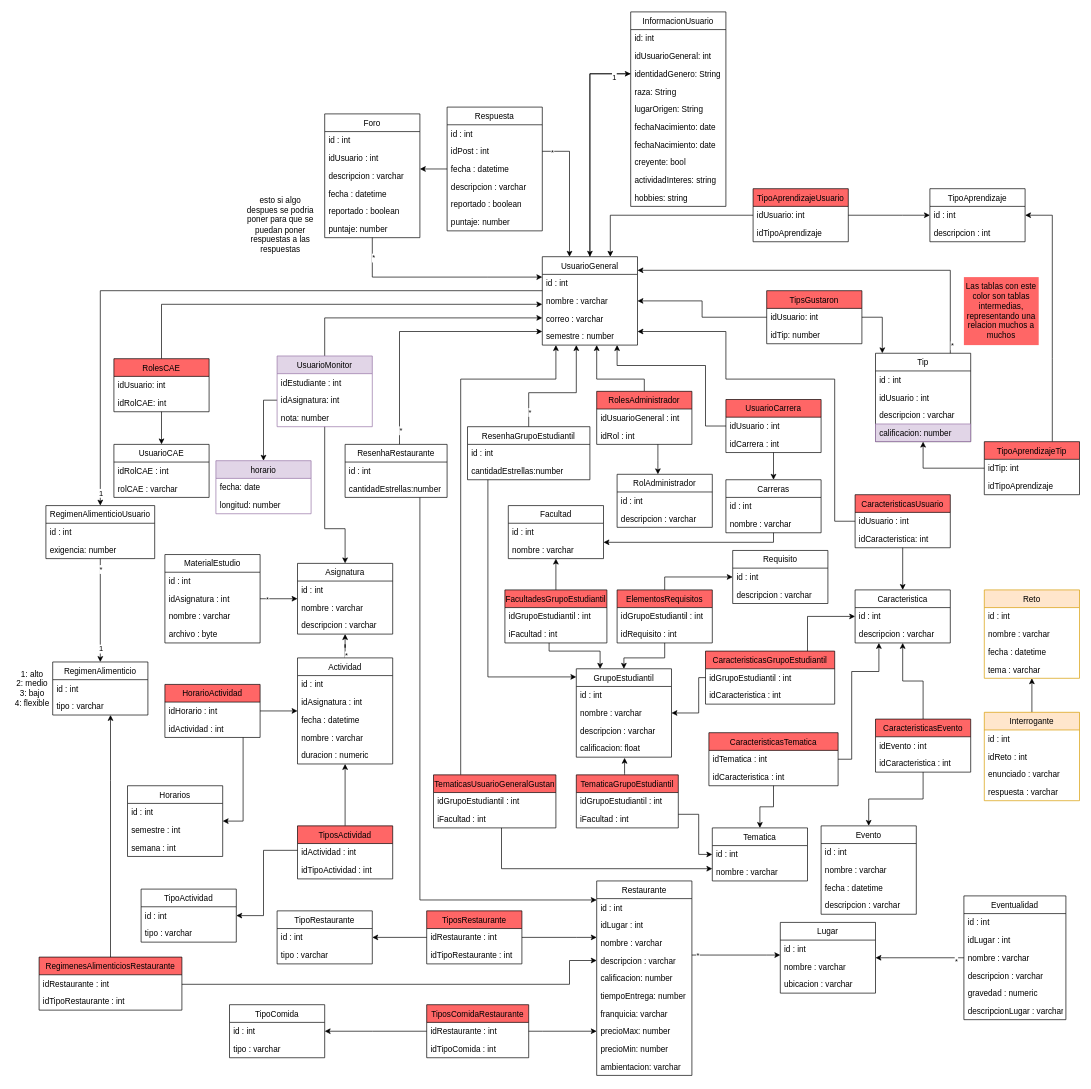
Above: diagramas/persistencia.drawio in Campus-Connect-PUJ/Campus-Connect-Back (draw.io), before the change. Source tidied: cells renumbered, new cells numbered last; positions are measured from the earlier drawing's top-left corner, leaving out a move shared by most shapes. Both pictures are drawn from the tidied source at 68%, with x=0, y=0 at pixel (12, 12).
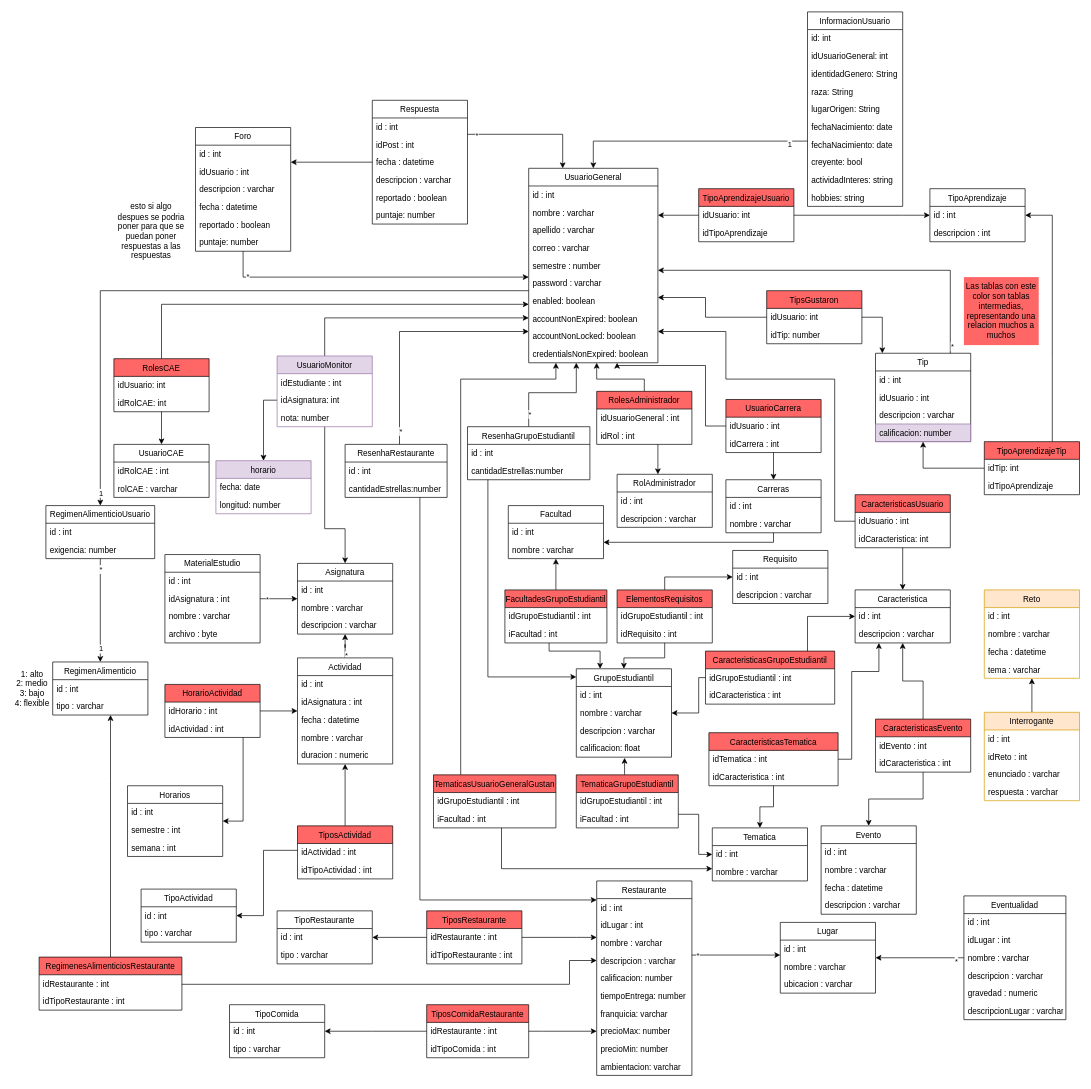
The same page after the edit.

The change refers to these unchanged cells:
```xml
<mxCell id="56" value="idPost : int" style="text;strokeColor=none;fillColor=none;align=left;verticalAlign=top;spacingLeft=4;spacingRight=4;overflow=hidden;points=[[0,0.5],[1,0.5]];portConstraint=eastwest;" parent="54" vertex="1">
  <mxGeometry y="52" width="140" height="26" as="geometry" />
</mxCell>
<mxCell id="172" value="identidadGenero: String" style="text;strokeColor=none;fillColor=none;align=left;verticalAlign=top;spacingLeft=4;spacingRight=4;overflow=hidden;points=[[0,0.5],[1,0.5]];portConstraint=eastwest;" parent="169" vertex="1">
  <mxGeometry y="78" width="140" height="26" as="geometry" />
</mxCell>
<mxCell id="188" value="idUsuario: int" style="text;strokeColor=none;fillColor=none;align=left;verticalAlign=top;spacingLeft=4;spacingRight=4;overflow=hidden;points=[[0,0.5],[1,0.5]];portConstraint=eastwest;" parent="187" vertex="1">
  <mxGeometry y="26" width="140" height="26" as="geometry" />
</mxCell>
<mxCell id="252" value="idUsuario: int" style="text;strokeColor=none;fillColor=none;align=left;verticalAlign=top;spacingLeft=4;spacingRight=4;overflow=hidden;points=[[0,0.5],[1,0.5]];portConstraint=eastwest;" parent="251" vertex="1">
  <mxGeometry y="26" width="140" height="26" as="geometry" />
</mxCell>
```

Change to the diagram source:
```diff
@@
-    <mxCell id="2" style="edgeStyle=orthogonalEdgeStyle;rounded=0;jettySize=auto;html=1;entryX=0;entryY=0.5;entryDx=0;entryDy=0;" parent="1" edge="1" source="3" target="172">
-      <mxGeometry relative="1" as="geometry" />
-    </mxCell>
     <mxCell id="3" value="UsuarioGeneral" style="swimlane;fontStyle=0;horizontal=1;startSize=26;fillColor=none;" parent="1" vertex="1">
-      <mxGeometry x="780" y="360" width="140" height="130" as="geometry" />
+      <mxGeometry x="760" y="230" width="190" height="286" as="geometry" />
     </mxCell>
     <mxCell id="4" value="id : int" style="text;strokeColor=none;fillColor=none;align=left;verticalAlign=top;spacingLeft=4;spacingRight=4;overflow=hidden;" parent="3" vertex="1">
-      <mxGeometry y="26" width="140" height="26" as="geometry" />
+      <mxGeometry y="26" width="190" height="26" as="geometry" />
     </mxCell>
     <mxCell id="5" value="nombre : varchar" style="text;strokeColor=none;fillColor=none;align=left;verticalAlign=top;spacingLeft=4;spacingRight=4;overflow=hidden;" parent="3" vertex="1">
-      <mxGeometry y="52" width="140" height="26" as="geometry" />
+      <mxGeometry y="52" width="190" height="26" as="geometry" />
     </mxCell>
+    <mxCell id="282" value="apellido : varchar" style="text;strokeColor=none;fillColor=none;align=left;verticalAlign=top;spacingLeft=4;spacingRight=4;overflow=hidden;" parent="3" vertex="1">
+      <mxGeometry y="78" width="190" height="26" as="geometry" />
+    </mxCell>
     <mxCell id="6" value="correo : varchar" style="text;strokeColor=none;fillColor=none;align=left;verticalAlign=top;spacingLeft=4;spacingRight=4;overflow=hidden;" parent="3" vertex="1">
-      <mxGeometry y="78" width="140" height="26" as="geometry" />
+      <mxGeometry y="104" width="190" height="26" as="geometry" />
     </mxCell>
     <mxCell id="7" value="semestre : number" style="text;strokeColor=none;fillColor=none;align=left;verticalAlign=top;spacingLeft=4;spacingRight=4;overflow=hidden;" parent="3" vertex="1">
-      <mxGeometry y="104" width="140" height="26" as="geometry" />
+      <mxGeometry y="130" width="190" height="26" as="geometry" />
     </mxCell>
+    <mxCell id="283" value="password : varchar" style="text;strokeColor=none;fillColor=none;align=left;verticalAlign=top;spacingLeft=4;spacingRight=4;overflow=hidden;" parent="3" vertex="1">
+      <mxGeometry y="156" width="190" height="26" as="geometry" />
+    </mxCell>
+    <mxCell id="284" value="enabled: boolean" style="text;strokeColor=none;fillColor=none;align=left;verticalAlign=top;spacingLeft=4;spacingRight=4;overflow=hidden;" parent="3" vertex="1">
+      <mxGeometry y="182" width="190" height="26" as="geometry" />
+    </mxCell>
+    <mxCell id="285" value="accountNonExpired: boolean" style="text;strokeColor=none;fillColor=none;align=left;verticalAlign=top;spacingLeft=4;spacingRight=4;overflow=hidden;" parent="3" vertex="1">
+      <mxGeometry y="208" width="190" height="26" as="geometry" />
+    </mxCell>
+    <mxCell id="286" value="accountNonLocked: boolean" style="text;strokeColor=none;fillColor=none;align=left;verticalAlign=top;spacingLeft=4;spacingRight=4;overflow=hidden;" parent="3" vertex="1">
+      <mxGeometry y="234" width="190" height="26" as="geometry" />
+    </mxCell>
+    <mxCell id="287" value="credentialsNonExpired: boolean" style="text;strokeColor=none;fillColor=none;align=left;verticalAlign=top;spacingLeft=4;spacingRight=4;overflow=hidden;" parent="3" vertex="1">
+      <mxGeometry y="260" width="190" height="26" as="geometry" />
+    </mxCell>
@@
     <mxCell id="46" value="Foro" style="swimlane;fontStyle=0;horizontal=1;startSize=26;fillColor=none;" parent="1" vertex="1">
-      <mxGeometry x="460" y="150" width="140" height="182" as="geometry" />
+      <mxGeometry x="270" y="170" width="140" height="182" as="geometry" />
     </mxCell>
@@
     <mxCell id="54" value="Respuesta" style="swimlane;fontStyle=0;horizontal=1;startSize=26;fillColor=none;" parent="1" vertex="1">
-      <mxGeometry x="640" y="140" width="140" height="182" as="geometry" />
+      <mxGeometry x="530" y="130" width="140" height="182" as="geometry" />
     </mxCell>
@@
     <mxCell id="169" value="InformacionUsuario" style="swimlane;fontStyle=0;horizontal=1;startSize=26;fillColor=none;" parent="1" vertex="1">
-      <mxGeometry x="910" width="140" height="286" as="geometry" />
+      <mxGeometry x="1170" width="140" height="286" as="geometry" />
     </mxCell>
@@
-    <mxCell id="180" style="edgeStyle=orthogonalEdgeStyle;rounded=0;jettySize=auto;html=1;" parent="1" edge="1" source="172" target="3">
-      <mxGeometry relative="1" as="geometry" />
+    <mxCell id="180" style="edgeStyle=orthogonalEdgeStyle;rounded=0;jettySize=auto;html=1;" parent="1" edge="1" source="169" target="3">
+      <mxGeometry relative="1" as="geometry">
+        <Array as="points">
+          <mxPoint x="855" y="190" />
+        </Array>
+      </mxGeometry>
     </mxCell>
@@
     <mxCell id="187" value="TipoAprendizajeUsuario" style="swimlane;fontStyle=0;horizontal=1;startSize=26;fillColor=#FF6666;" parent="1" vertex="1">
-      <mxGeometry x="1090" y="260" width="140" height="78" as="geometry" />
+      <mxGeometry x="1010" y="260" width="140" height="78" as="geometry" />
     </mxCell>
@@
     <mxCell id="190" style="edgeStyle=orthogonalEdgeStyle;rounded=0;jettySize=auto;html=1;" parent="1" edge="1" source="188" target="3">
       <mxGeometry relative="1" as="geometry">
         <Array as="points">
-          <mxPoint x="880" y="299" />
+          <mxPoint x="890" y="299" />
         </Array>
       </mxGeometry>
     </mxCell>
@@
-    <mxCell id="208" style="edgeStyle=orthogonalEdgeStyle;rounded=0;jettySize=auto;html=1;" parent="1" edge="1" source="56" target="3">
+    <mxCell id="208" style="edgeStyle=orthogonalEdgeStyle;rounded=0;jettySize=auto;html=1;" parent="1" edge="1" source="54" target="3">
       <mxGeometry relative="1" as="geometry">
         <Array as="points">
-          <mxPoint x="820" y="205" />
+          <mxPoint x="810" y="180" />
         </Array>
       </mxGeometry>
     </mxCell>
@@
     <mxCell id="218" value="esto si algo despues se podria poner para que se puedan poner respuestas a las respuestas" style="text;html=1;strokeColor=none;fillColor=none;align=center;verticalAlign=middle;whiteSpace=wrap;rounded=0;" parent="1" vertex="1">
-      <mxGeometry x="340" y="260" width="110" height="105" as="geometry" />
+      <mxGeometry x="150" y="270" width="110" height="105" as="geometry" />
     </mxCell>
@@
     <mxCell id="254" style="edgeStyle=orthogonalEdgeStyle;rounded=0;jettySize=auto;html=1;" parent="1" edge="1" source="252" target="3">
-      <mxGeometry relative="1" as="geometry" />
+      <mxGeometry relative="1" as="geometry">
+        <Array as="points">
+          <mxPoint x="1020" y="449" />
+          <mxPoint x="1020" y="420" />
+        </Array>
+      </mxGeometry>
     </mxCell>
```
